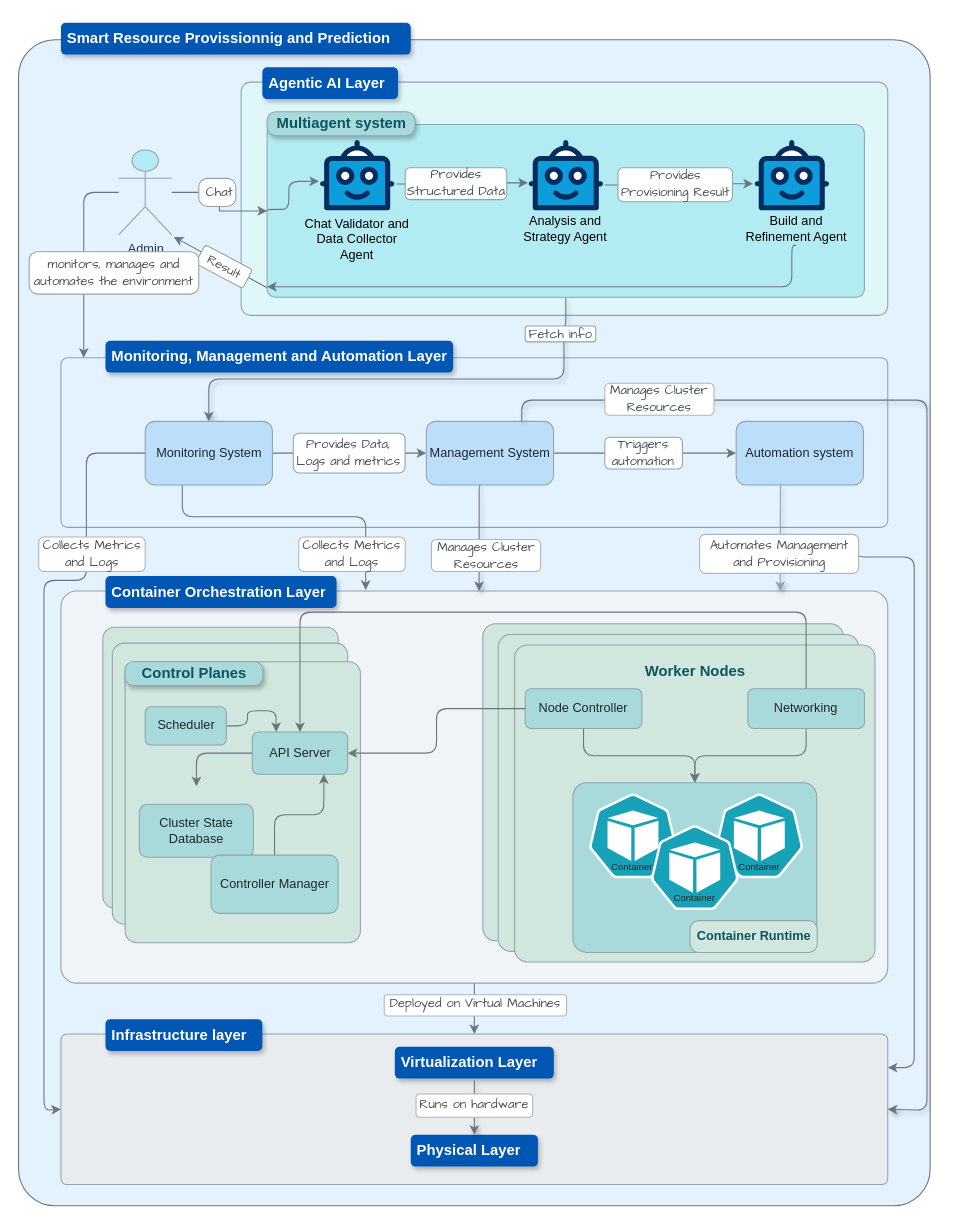
Earlier version of the draw.io diagram page "Page-9" (9 of 10) of diagrams/Globale_Conception.drawio (Benmeddour/ai-driven-infrastructure-resource-provisioning). Source tidied: cells renumbered, new cells numbered last; positions are measured from the earlier drawing's top-left corner, leaving out a move shared by most shapes. Both pictures are drawn from the tidied source at 106%, with x=0, y=0 at pixel (18, 22).
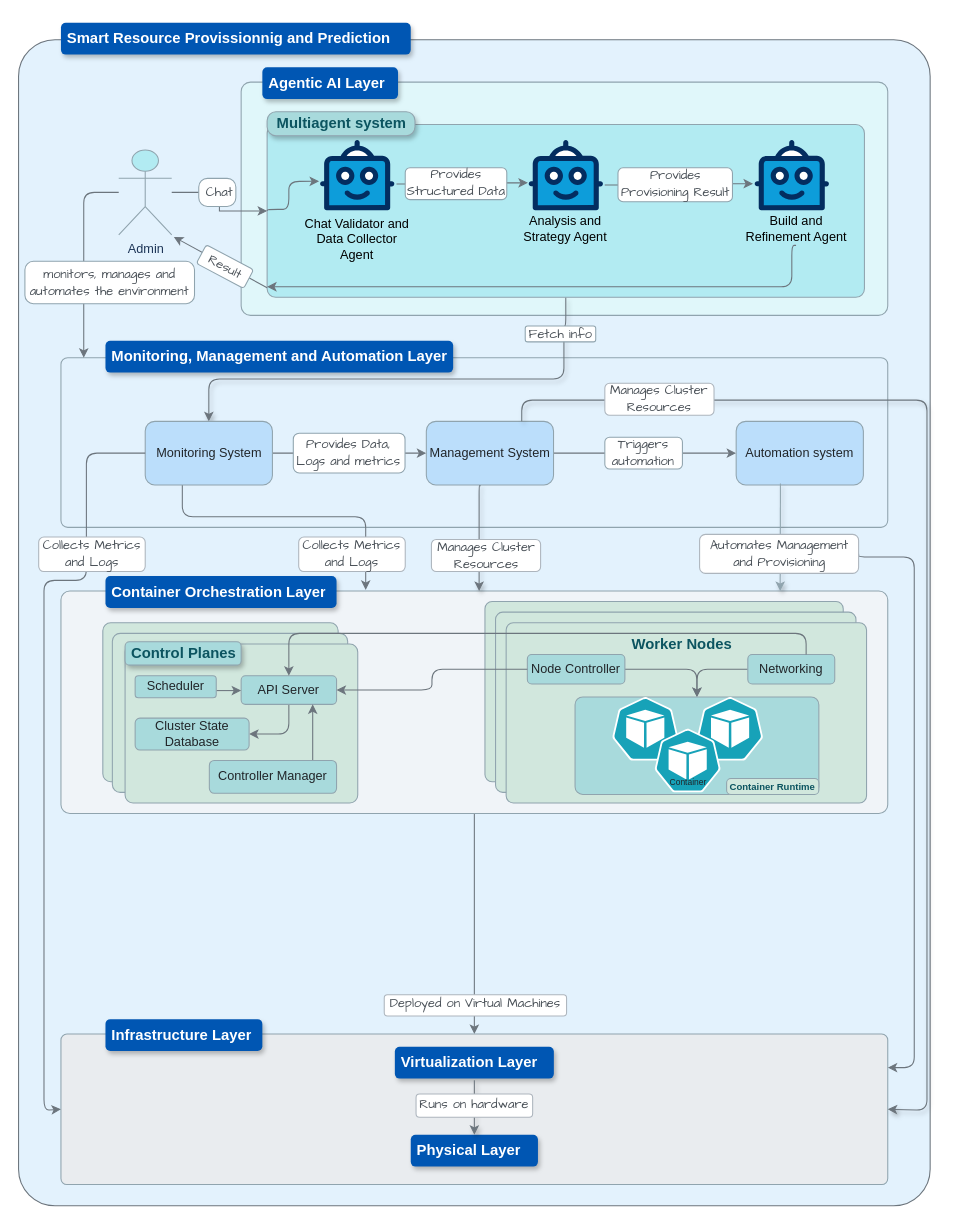
The same page after the edit.

The edit, as a diff of the source:
```diff
@@
     <mxCell id="8" style="rounded=1;whiteSpace=wrap;html=1;labelBackgroundColor=none;fillColor=#F0F4F8;strokeColor=#90A4AE;fontColor=#212529;arcSize=4;" parent="4" vertex="1">
-      <mxGeometry x="40" y="536" width="780" height="370" as="geometry" />
+      <mxGeometry x="40" y="536" width="780" height="210" as="geometry" />
     </mxCell>
@@
-    <mxCell id="18" value="Infrastructure layer" style="text;strokeColor=none;fillColor=light-dark(#0056B3,#0085FF);align=left;verticalAlign=middle;spacingLeft=4;spacingRight=4;overflow=hidden;whiteSpace=wrap;html=1;fontColor=#FFFFFF;rounded=1;shadow=1;fontSize=14;fontStyle=1;fontFamily=Helvetica;" parent="4" vertex="1">
+    <mxCell id="18" value="Infrastructure Layer" style="text;strokeColor=none;fillColor=light-dark(#0056B3,#0085FF);align=left;verticalAlign=middle;spacingLeft=4;spacingRight=4;overflow=hidden;whiteSpace=wrap;html=1;fontColor=#FFFFFF;rounded=1;shadow=1;fontSize=14;fontStyle=1;fontFamily=Helvetica;" parent="4" vertex="1">
       <mxGeometry x="82" y="940" width="148" height="30" as="geometry" />
     </mxCell>
@@
     <mxCell id="35" style="rounded=1;whiteSpace=wrap;html=1;strokeColor=#90A4AE;fontColor=#1D3557;fillColor=light-dark(#D1E7DD,#00284D);arcSize=5;" parent="19" vertex="1">
-      <mxGeometry x="79.5" y="570.2" width="222" height="265" as="geometry" />
+      <mxGeometry x="79.5" y="566" width="222" height="150" as="geometry" />
     </mxCell>
     <mxCell id="36" style="rounded=1;whiteSpace=wrap;html=1;strokeColor=#90A4AE;fontColor=light-dark(#1D3557,#00284D);fillColor=light-dark(#D1E7DD,#00284D);arcSize=4;" parent="19" vertex="1">
-      <mxGeometry x="438" y="567" width="340" height="299" as="geometry" />
+      <mxGeometry x="440" y="546" width="338" height="170" as="geometry" />
     </mxCell>
     <mxCell id="37" style="rounded=1;whiteSpace=wrap;html=1;strokeColor=#90A4AE;fontColor=light-dark(#1D3557,#00284D);fillColor=light-dark(#D1E7DD,#00284D);arcSize=4;" parent="19" vertex="1">
-      <mxGeometry x="452.5" y="577" width="340" height="299" as="geometry" />
+      <mxGeometry x="450" y="556" width="340" height="170" as="geometry" />
     </mxCell>
     <mxCell id="38" style="rounded=1;whiteSpace=wrap;html=1;strokeColor=#90A4AE;fontColor=light-dark(#1D3557,#00284D);fillColor=light-dark(#D1E7DD,#00284D);arcSize=4;" parent="19" vertex="1">
-      <mxGeometry x="468" y="587" width="340" height="299" as="geometry" />
+      <mxGeometry x="460" y="566" width="340" height="170" as="geometry" />
     </mxCell>
     <mxCell id="39" style="edgeStyle=orthogonalEdgeStyle;rounded=1;jettySize=auto;html=1;strokeColor=#6C757D;curved=0;" parent="19" edge="1" source="40" target="43">
-      <mxGeometry relative="1" as="geometry" />
+      <mxGeometry relative="1" as="geometry">
+        <Array as="points">
+          <mxPoint x="640" y="610" />
+        </Array>
+      </mxGeometry>
     </mxCell>
     <mxCell id="40" value="Networking" style="rounded=1;whiteSpace=wrap;html=1;strokeColor=#90A4AE;fontColor=#212529;fillColor=#A8DADC;" parent="19" vertex="1">
-      <mxGeometry x="688" y="628.2" width="110" height="37.5" as="geometry" />
+      <mxGeometry x="688" y="596" width="82" height="27.8" as="geometry" />
     </mxCell>
     <mxCell id="41" style="edgeStyle=orthogonalEdgeStyle;rounded=1;jettySize=auto;html=1;entryX=0.5;entryY=0;entryDx=0;entryDy=0;strokeColor=#6C757D;curved=0;" parent="19" edge="1" source="42" target="43">
-      <mxGeometry relative="1" as="geometry" />
+      <mxGeometry relative="1" as="geometry">
+        <Array as="points">
+          <mxPoint x="640" y="610" />
+        </Array>
+      </mxGeometry>
     </mxCell>
     <mxCell id="42" value="&lt;font style=&quot;&quot;&gt;Node Controller&lt;/font&gt;" style="rounded=1;whiteSpace=wrap;html=1;strokeColor=#90A4AE;fontColor=#212529;fillColor=#A8DADC;" parent="19" vertex="1">
-      <mxGeometry x="478" y="628.2" width="110" height="37.5" as="geometry" />
+      <mxGeometry x="480" y="596" width="92" height="27.8" as="geometry" />
     </mxCell>
     <mxCell id="43" style="rounded=1;whiteSpace=wrap;html=1;strokeColor=#90A4AE;fontColor=#1D3557;fillColor=#A8DADC;arcSize=8;" parent="19" vertex="1">
-      <mxGeometry x="523" y="717" width="230" height="160" as="geometry" />
+      <mxGeometry x="525" y="636" width="230" height="92" as="geometry" />
     </mxCell>
     <mxCell id="44" value="&lt;span style=&quot;font-size: 14px;&quot;&gt;&lt;span&gt;Worker Nodes&lt;/span&gt;&lt;/span&gt;" style="rounded=0;whiteSpace=wrap;html=1;strokeColor=none;fontColor=#0C5460;fillColor=none;shadow=0;arcSize=21;fontStyle=1;" parent="19" vertex="1">
-      <mxGeometry x="570.5" y="597" width="135" height="30" as="geometry" />
+      <mxGeometry x="570.5" y="576" width="109.5" height="20" as="geometry" />
     </mxCell>
-    <mxCell id="45" value="Container Runtime" style="rounded=1;whiteSpace=wrap;html=1;strokeColor=#90A4AE;fontColor=#0C5460;fillColor=light-dark(#D1E7DD,#00284D);arcSize=27;shadow=0;fontStyle=1;" parent="19" vertex="1">
-      <mxGeometry x="633.5" y="847" width="120" height="30" as="geometry" />
+    <mxCell id="45" value="&lt;font style=&quot;font-size: 9px;&quot;&gt;Container Runtime&lt;/font&gt;" style="rounded=1;whiteSpace=wrap;html=1;strokeColor=#90A4AE;fontColor=#0C5460;fillColor=light-dark(#D1E7DD,#00284D);arcSize=27;shadow=0;fontStyle=1;spacingTop=-1;" parent="19" vertex="1">
+      <mxGeometry x="668" y="713" width="87" height="15" as="geometry" />
     </mxCell>
     <mxCell id="46" style="sketch=0;html=1;dashed=0;whitespace=wrap;verticalLabelPosition=bottom;verticalAlign=top;fillColor=light-dark(#17A2B8,#5495F1);strokeColor=#ffffff;shape=mxgraph.kubernetes.icon2;prIcon=pod;fontColor=#455A64;" parent="19" vertex="1">
-      <mxGeometry x="538" y="727" width="83.3" height="80" as="geometry" />
+      <mxGeometry x="560" y="636" width="62.5" height="60" as="geometry" />
     </mxCell>
     <mxCell id="47" style="sketch=0;html=1;dashed=0;whitespace=wrap;verticalLabelPosition=bottom;verticalAlign=top;fillColor=light-dark(#17A2B8,#5495F1);strokeColor=#ffffff;shape=mxgraph.kubernetes.icon2;prIcon=pod;fontColor=#455A64;" parent="19" vertex="1">
-      <mxGeometry x="657.2" y="727" width="83.3" height="80" as="geometry" />
+      <mxGeometry x="640" y="636" width="62.5" height="60" as="geometry" />
     </mxCell>
     <mxCell id="48" style="sketch=0;html=1;dashed=0;whitespace=wrap;verticalLabelPosition=bottom;verticalAlign=top;fillColor=light-dark(#17A2B8,#5495F1);strokeColor=#ffffff;shape=mxgraph.kubernetes.icon2;prIcon=pod;fontColor=#455A64;" parent="19" vertex="1">
-      <mxGeometry x="596.3" y="757" width="83.3" height="80" as="geometry" />
+      <mxGeometry x="600" y="666" width="62.5" height="60" as="geometry" />
     </mxCell>
     <mxCell id="49" style="rounded=1;whiteSpace=wrap;html=1;strokeColor=#90A4AE;fontColor=#1D3557;fillColor=light-dark(#D1E7DD,#00284D);arcSize=5;" parent="19" vertex="1">
-      <mxGeometry x="88.5" y="585.2" width="222" height="265" as="geometry" />
+      <mxGeometry x="88.5" y="576" width="222" height="150" as="geometry" />
     </mxCell>
     <mxCell id="50" style="rounded=1;whiteSpace=wrap;html=1;strokeColor=#90A4AE;fontColor=#1D3557;fillColor=light-dark(#D1E7DD,#00284D);arcSize=5;" parent="19" vertex="1">
-      <mxGeometry x="100.5" y="602.8" width="222" height="265" as="geometry" />
+      <mxGeometry x="100.5" y="586" width="219.5" height="150" as="geometry" />
     </mxCell>
-    <mxCell id="51" style="edgeStyle=orthogonalEdgeStyle;rounded=1;jettySize=auto;html=1;entryX=0.5;entryY=0;entryDx=0;entryDy=0;curved=0;flowAnimation=0;strokeColor=#6C757D;" parent="19" edge="1" source="52">
+    <mxCell id="51" style="edgeStyle=orthogonalEdgeStyle;rounded=1;jettySize=auto;html=1;curved=0;flowAnimation=0;strokeColor=#6C757D;" parent="19" edge="1" source="52" target="53">
       <mxGeometry relative="1" as="geometry">
-        <mxPoint x="167.8" y="720.2" as="targetPoint" />
         <Array as="points">
-          <mxPoint x="167.5" y="689.2" />
+          <mxPoint x="255" y="671" />
         </Array>
       </mxGeometry>
     </mxCell>
     <mxCell id="52" value="API Server" style="rounded=1;whiteSpace=wrap;html=1;strokeColor=#90A4AE;fontColor=#212529;fillColor=#A8DADC;" parent="19" vertex="1">
-      <mxGeometry x="220.5" y="669" width="90" height="40" as="geometry" />
+      <mxGeometry x="210" y="616" width="90" height="27" as="geometry" />
     </mxCell>
     <mxCell id="53" value="Cluster State Database" style="rounded=1;whiteSpace=wrap;html=1;strokeColor=#90A4AE;fontColor=#212529;fillColor=#A8DADC;" parent="19" vertex="1">
-      <mxGeometry x="114" y="737.2" width="107.5" height="50" as="geometry" />
+      <mxGeometry x="110" y="656" width="107.5" height="30" as="geometry" />
     </mxCell>
     <mxCell id="54" style="edgeStyle=orthogonalEdgeStyle;rounded=1;jettySize=auto;html=1;entryX=0.75;entryY=1;entryDx=0;entryDy=0;curved=0;strokeColor=#6C757D;" parent="19" edge="1" source="55" target="52">
-      <mxGeometry relative="1" as="geometry" />
+      <mxGeometry relative="1" as="geometry">
+        <Array as="points">
+          <mxPoint x="277" y="670" />
+        </Array>
+      </mxGeometry>
     </mxCell>
     <mxCell id="55" value="Controller Manager" style="rounded=1;whiteSpace=wrap;html=1;strokeColor=#90A4AE;fontColor=#212529;fillColor=#A8DADC;" parent="19" vertex="1">
-      <mxGeometry x="181.5" y="785.2" width="120" height="55" as="geometry" />
+      <mxGeometry x="180" y="696" width="120" height="30.8" as="geometry" />
     </mxCell>
-    <mxCell id="56" style="edgeStyle=orthogonalEdgeStyle;rounded=1;jettySize=auto;html=1;entryX=0.25;entryY=0;entryDx=0;entryDy=0;curved=0;strokeColor=#6C757D;" parent="19" edge="1" source="57" target="52">
-      <mxGeometry relative="1" as="geometry" />
+    <mxCell id="56" style="edgeStyle=orthogonalEdgeStyle;rounded=1;jettySize=auto;html=1;curved=0;strokeColor=#6C757D;" parent="19" edge="1" source="57" target="52">
+      <mxGeometry relative="1" as="geometry">
+        <Array as="points">
+          <mxPoint x="200" y="630" />
+          <mxPoint x="200" y="630" />
+        </Array>
+      </mxGeometry>
     </mxCell>
     <mxCell id="57" value="Scheduler" style="rounded=1;whiteSpace=wrap;html=1;strokeColor=#90A4AE;fontColor=#212529;fillColor=#A8DADC;" parent="19" vertex="1">
-      <mxGeometry x="119.5" y="645.2" width="76.5" height="36.2" as="geometry" />
+      <mxGeometry x="110" y="616" width="76.5" height="20.8" as="geometry" />
     </mxCell>
-    <mxCell id="58" value="&lt;span style=&quot;font-size: 14px;&quot;&gt;&lt;b&gt;Control Planes&lt;/b&gt;&lt;/span&gt;" style="rounded=1;whiteSpace=wrap;html=1;strokeColor=#90A4AE;fontColor=#0C5460;fillColor=#A8DADC;shadow=1;arcSize=34;" parent="19" vertex="1">
-      <mxGeometry x="100.5" y="602.8" width="130" height="22.5" as="geometry" />
+    <mxCell id="58" value="&lt;span style=&quot;font-size: 14px;&quot;&gt;&lt;b&gt;Control Planes&lt;/b&gt;&lt;/span&gt;" style="rounded=1;whiteSpace=wrap;html=1;strokeColor=#90A4AE;fontColor=#0C5460;fillColor=#A8DADC;shadow=1;arcSize=19;" parent="19" vertex="1">
+      <mxGeometry x="100.5" y="584" width="109.5" height="22" as="geometry" />
     </mxCell>
@@
-    <mxCell id="60" style="edgeStyle=orthogonalEdgeStyle;rounded=1;jettySize=auto;html=1;entryX=0.5;entryY=0;entryDx=0;entryDy=0;flowAnimation=1;curved=0;strokeColor=#6C757D;" parent="19" edge="1" source="40" target="52">
+    <mxCell id="60" style="edgeStyle=orthogonalEdgeStyle;rounded=1;jettySize=auto;html=1;flowAnimation=1;curved=0;strokeColor=#6C757D;" parent="19" edge="1" source="40" target="52">
       <mxGeometry relative="1" as="geometry">
         <Array as="points">
-          <mxPoint x="743" y="556" />
-          <mxPoint x="266" y="556" />
+          <mxPoint x="743" y="576" />
+          <mxPoint x="255" y="576" />
         </Array>
       </mxGeometry>
     </mxCell>
@@
-    <mxCell id="62" value="Container" style="rounded=0;whiteSpace=wrap;html=1;strokeColor=none;fontColor=#212529;fillColor=none;shadow=0;fontSize=9;" parent="19" vertex="1">
-      <mxGeometry x="616.3" y="822" width="43.5" height="8.8" as="geometry" />
+    <mxCell id="62" value="Container" style="rounded=0;whiteSpace=wrap;html=1;strokeColor=none;fontColor=#212529;fillColor=none;shadow=0;fontSize=8;" parent="19" vertex="1">
+      <mxGeometry x="610" y="713" width="43.5" height="7" as="geometry" />
     </mxCell>
-    <mxCell id="63" value="Container" style="rounded=0;whiteSpace=wrap;html=1;strokeColor=none;fontColor=#212529;fillColor=none;shadow=0;fontSize=9;" parent="19" vertex="1">
-      <mxGeometry x="556.5" y="792.6" width="43.5" height="8.8" as="geometry" />
-    </mxCell>
-    <mxCell id="64" value="Container" style="rounded=0;whiteSpace=wrap;html=1;strokeColor=none;fontColor=#212529;fillColor=none;shadow=0;fontSize=9;" parent="19" vertex="1">
-      <mxGeometry x="677.1" y="792.6" width="43.5" height="8.8" as="geometry" />
-    </mxCell>
@@
     <mxCell id="82" value="&lt;font face=&quot;Comic Sans MS&quot;&gt;Result&lt;/font&gt;" style="rounded=1;whiteSpace=wrap;html=1;strokeColor=#90A4AE;fontColor=#495057;fillColor=#FFFFFF;rotation=28;" parent="19" vertex="1">
-      <mxGeometry x="168.5" y="220" width="50.5" height="20" as="geometry" />
+      <mxGeometry x="169.5" y="220" width="50.5" height="20" as="geometry" />
     </mxCell>
@@
     <mxCell id="90" value="&lt;font face=&quot;Comic Sans MS&quot;&gt;monitors, manages and automates the environment&lt;/font&gt;" style="rounded=1;whiteSpace=wrap;html=1;strokeColor=#90A4AE;fontColor=#495057;fillColor=#FFFFFF;arcSize=20;" parent="19" vertex="1">
-      <mxGeometry x="10" y="216" width="160" height="40" as="geometry" />
+      <mxGeometry x="6" y="225" width="160" height="40" as="geometry" />
     </mxCell>
```
